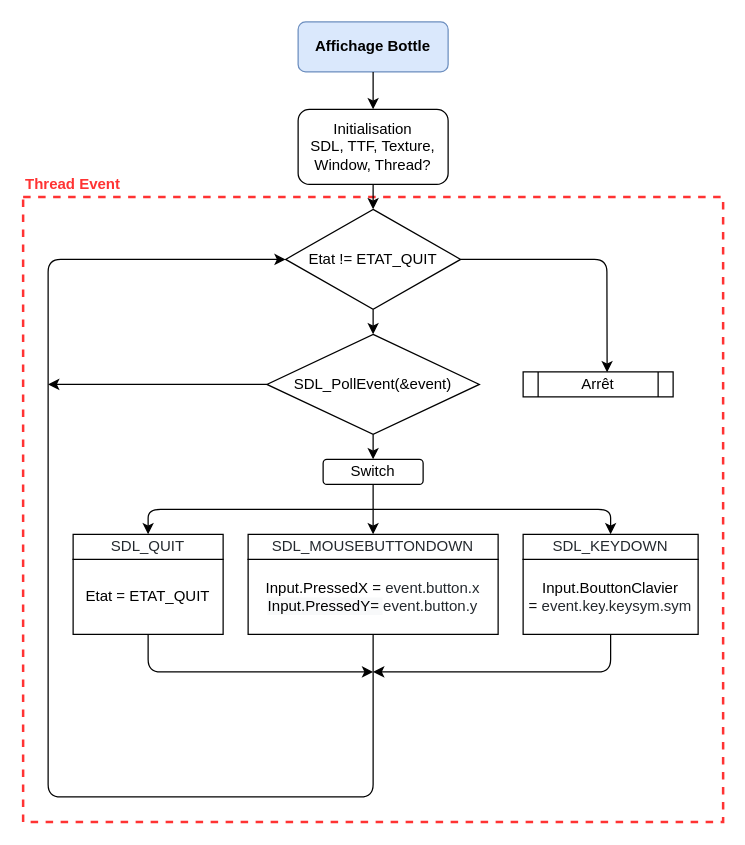
lucasmaisonnave/BottleV2 keeps this draw.io diagram as page "Main Thread" (1 of 6) of AffichageBottle.drawio. Above is the earlier version. Source tidied: cells renumbered, new cells numbered last; positions are measured from the earlier drawing's top-left corner, leaving out a move shared by most shapes. Both pictures are drawn from the tidied source at 125%, with x=0, y=0 at pixel (22, 21).
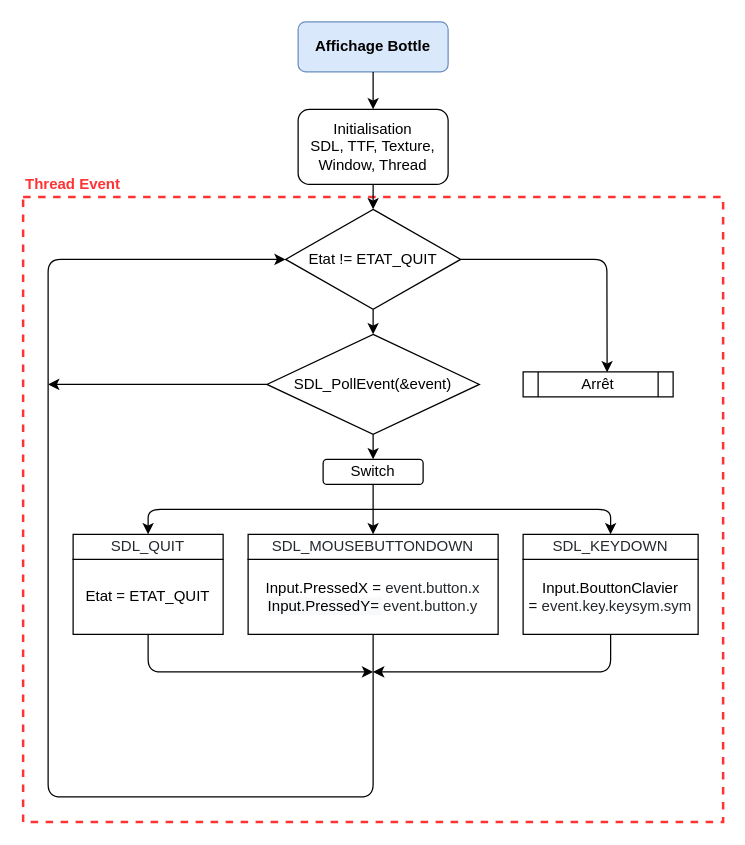
After the change.

What changed in the source:
```diff
@@
-    <mxCell id="3" value="Initialisation&lt;br&gt;SDL, TTF, Texture, Window, Thread?" style="rounded=1;whiteSpace=wrap;html=1;" parent="1" vertex="1">
+    <mxCell id="3" value="Initialisation&lt;br&gt;SDL, TTF, Texture, Window, Thread" style="rounded=1;whiteSpace=wrap;html=1;" parent="1" vertex="1">
       <mxGeometry x="220" y="70" width="120" height="60" as="geometry" />
     </mxCell>
```
